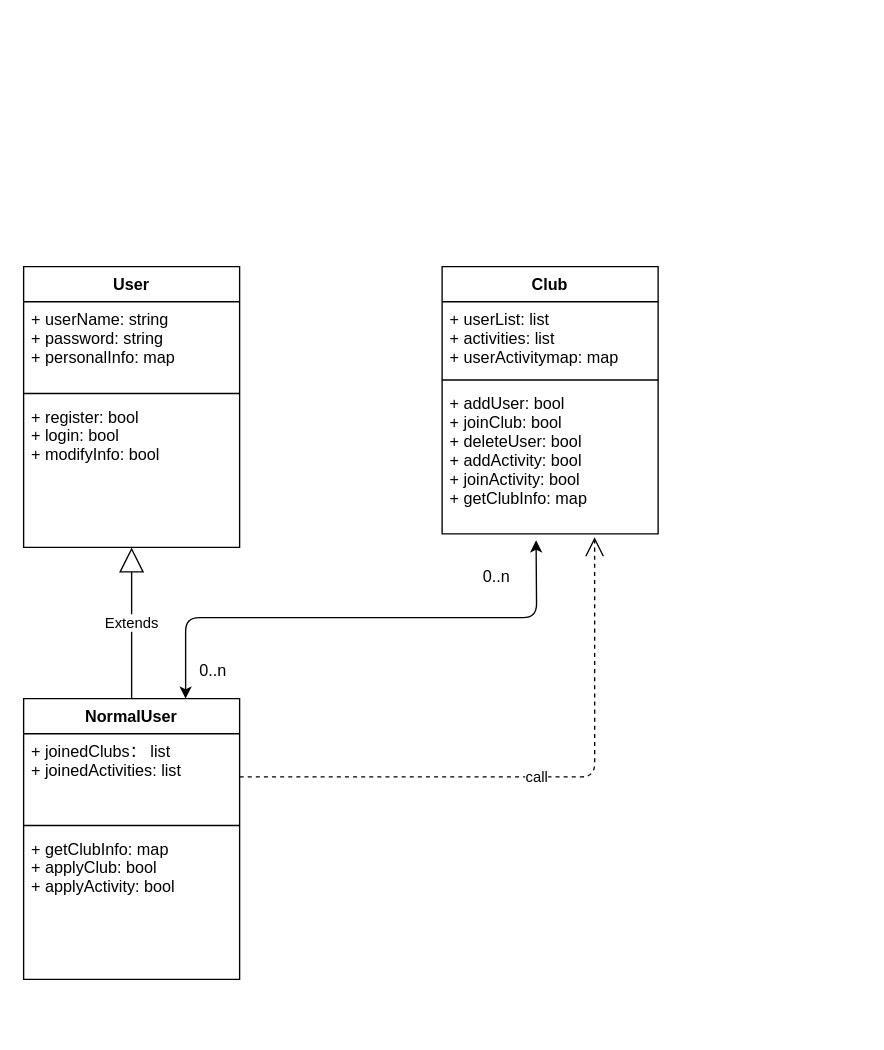
Above: CD.drawio in gaodi16366/test (draw.io), before the change. Source tidied: cells renumbered, new cells numbered last; positions are measured from the earlier drawing's top-left corner, leaving out a move shared by most shapes. Both pictures are drawn from the tidied source at 135%, with x=0, y=0 at pixel (23, 266).
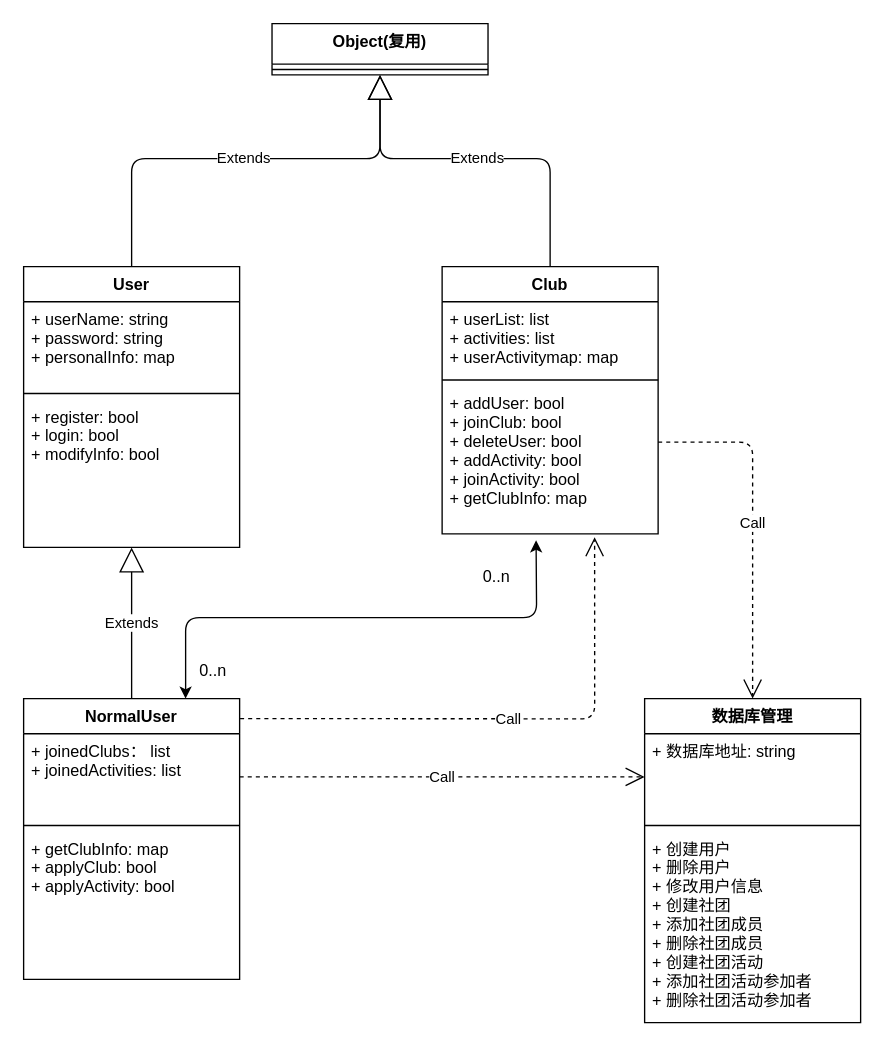
The same diagram, later.

The change refers to these unchanged cells:
```xml
<mxCell id="2" value="Club" style="swimlane;fontStyle=1;align=center;verticalAlign=top;horizontal=1;startSize=26;" parent="1" vertex="1">
  <mxGeometry x="310" width="160" height="198" as="geometry" />
</mxCell>
<mxCell id="5" value="+ addUser: bool&#10;+ joinClub: bool&#10;+ deleteUser: bool&#10;+ addActivity: bool&#10;+ joinActivity: bool&#10;+ getClubInfo: map" style="text;strokeColor=none;fillColor=none;align=left;verticalAlign=top;spacingLeft=4;spacingRight=4;overflow=hidden;points=[[0,0.5],[1,0.5]];portConstraint=eastwest;" parent="2" vertex="1">
  <mxGeometry y="88" width="160" height="110" as="geometry" />
</mxCell>
<mxCell id="6" value="User" style="swimlane;fontStyle=1;align=center;verticalAlign=top;horizontal=1;startSize=26;" parent="1" vertex="1">
  <mxGeometry width="160" height="208" as="geometry" />
</mxCell>
<mxCell id="11" value="NormalUser" style="swimlane;fontStyle=1;align=center;verticalAlign=top;horizontal=1;startSize=26;" parent="1" vertex="1">
  <mxGeometry y="320" width="160" height="208" as="geometry" />
</mxCell>
<mxCell id="12" value="+ joinedClubs： list&#10;+ joinedActivities: list&#10;" style="text;strokeColor=none;fillColor=none;align=left;verticalAlign=top;spacingLeft=4;spacingRight=4;overflow=hidden;points=[[0,0.5],[1,0.5]];portConstraint=eastwest;" parent="11" vertex="1">
  <mxGeometry y="26" width="160" height="64" as="geometry" />
</mxCell>
```

Diff of the diagram source:
```diff
@@
-    <mxCell id="16" value="call" style="endArrow=open;endSize=12;dashed=1;html=1;exitX=1;exitY=0.5;exitDx=0;exitDy=0;entryX=0.706;entryY=1.022;entryDx=0;entryDy=0;entryPerimeter=0;" parent="1" edge="1" source="12" target="5">
+    <mxCell id="16" value="Call" style="endArrow=open;endSize=12;dashed=1;html=1;exitX=1.002;exitY=0.071;exitDx=0;exitDy=0;entryX=0.706;entryY=1.022;entryDx=0;entryDy=0;entryPerimeter=0;exitPerimeter=0;" parent="1" edge="1" source="11" target="5">
       <mxGeometry relative="1" as="geometry">
         <Array as="points">
-          <mxPoint x="423" y="378" />
+          <mxPoint x="423" y="335" />
         </Array>
       </mxGeometry>
     </mxCell>
@@
+    <mxCell id="19" value="Object(复用)" style="swimlane;fontStyle=1;align=center;verticalAlign=top;horizontal=1;startSize=30;" parent="1" vertex="1">
+      <mxGeometry x="184" y="-180" width="160" height="38" as="geometry" />
+    </mxCell>
+    <mxCell id="20" style="line;strokeWidth=1;fillColor=none;align=left;verticalAlign=middle;spacingTop=-1;spacingLeft=3;spacingRight=3;labelPosition=right;" parent="19" vertex="1">
+      <mxGeometry y="30" width="160" height="8" as="geometry" />
+    </mxCell>
+    <mxCell id="21" value="Extends" style="endArrow=block;endSize=16;endFill=0;html=1;exitX=0.5;exitY=0;exitDx=0;exitDy=0;entryX=0.5;entryY=1;entryDx=0;entryDy=0;" parent="1" edge="1" source="6" target="19">
+      <mxGeometry relative="1" as="geometry">
+        <Array as="points">
+          <mxPoint x="80" y="-80" />
+          <mxPoint x="264" y="-80" />
+        </Array>
+      </mxGeometry>
+    </mxCell>
+    <mxCell id="22" value="Extends" style="endArrow=block;endSize=16;endFill=0;html=1;exitX=0.5;exitY=0;exitDx=0;exitDy=0;entryX=0.5;entryY=1;entryDx=0;entryDy=0;" parent="1" edge="1" source="2" target="19">
+      <mxGeometry relative="1" as="geometry">
+        <Array as="points">
+          <mxPoint x="390" y="-80" />
+          <mxPoint x="264" y="-80" />
+        </Array>
+      </mxGeometry>
+    </mxCell>
+    <mxCell id="23" value="数据库管理" style="swimlane;fontStyle=1;align=center;verticalAlign=top;horizontal=1;startSize=26;" parent="1" vertex="1">
+      <mxGeometry x="460" y="320" width="160" height="240" as="geometry" />
+    </mxCell>
+    <mxCell id="24" value="+ 数据库地址: string" style="text;strokeColor=none;fillColor=none;align=left;verticalAlign=top;spacingLeft=4;spacingRight=4;overflow=hidden;points=[[0,0.5],[1,0.5]];portConstraint=eastwest;" parent="23" vertex="1">
+      <mxGeometry y="26" width="160" height="64" as="geometry" />
+    </mxCell>
+    <mxCell id="25" style="line;strokeWidth=1;fillColor=none;align=left;verticalAlign=middle;spacingTop=-1;spacingLeft=3;spacingRight=3;labelPosition=right;" parent="23" vertex="1">
+      <mxGeometry y="90" width="160" height="8" as="geometry" />
+    </mxCell>
+    <mxCell id="26" value="+ 创建用户&#10;+ 删除用户&#10;+ 修改用户信息&#10;+ 创建社团&#10;+ 添加社团成员&#10;+ 删除社团成员&#10;+ 创建社团活动&#10;+ 添加社团活动参加者&#10;+ 删除社团活动参加者&#10;&#10;&#10;" style="text;strokeColor=none;fillColor=none;align=left;verticalAlign=top;spacingLeft=4;spacingRight=4;overflow=hidden;" parent="23" vertex="1">
+      <mxGeometry y="98" width="160" height="142" as="geometry" />
+    </mxCell>
+    <mxCell id="27" value="Call" style="endArrow=open;endSize=12;dashed=1;html=1;exitX=1;exitY=0.5;exitDx=0;exitDy=0;entryX=0;entryY=0.5;entryDx=0;entryDy=0;" parent="1" edge="1" source="12" target="24">
+      <mxGeometry relative="1" as="geometry" />
+    </mxCell>
+    <mxCell id="28" value="Call" style="endArrow=open;endSize=12;dashed=1;html=1;entryX=0.5;entryY=0;entryDx=0;entryDy=0;" parent="1" edge="1" target="23">
+      <mxGeometry relative="1" as="geometry">
+        <mxPoint x="470" y="130" as="sourcePoint" />
+        <Array as="points">
+          <mxPoint x="540" y="130" />
+        </Array>
+      </mxGeometry>
+    </mxCell>
```
